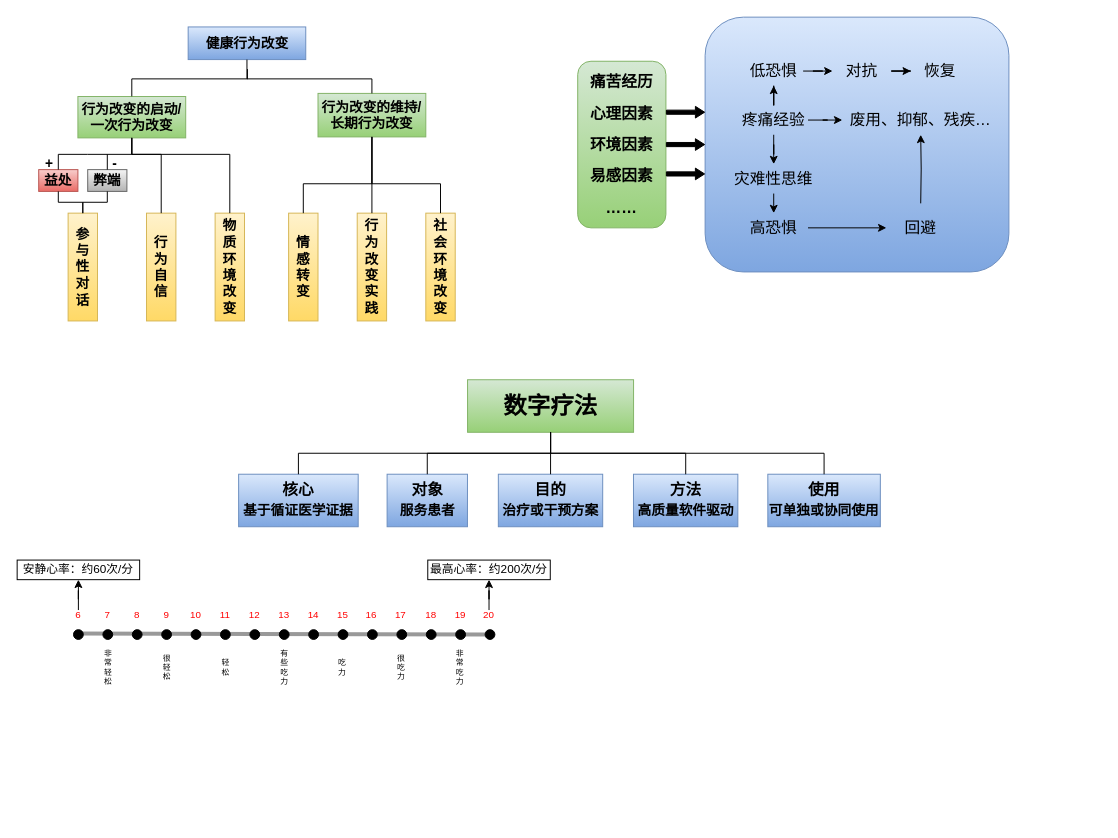
p1o2p3u1/draw_io_diagram keeps this draw.io diagram as page "第 1 页" (1 of 6) of t1.drawio. Above is the earlier version. Source tidied: cells renumbered, new cells numbered last; positions are measured from the earlier drawing's top-left corner, leaving out a move shared by most shapes. Both pictures are drawn from the tidied source at 98%, with x=0, y=0 at pixel (-8, 17).
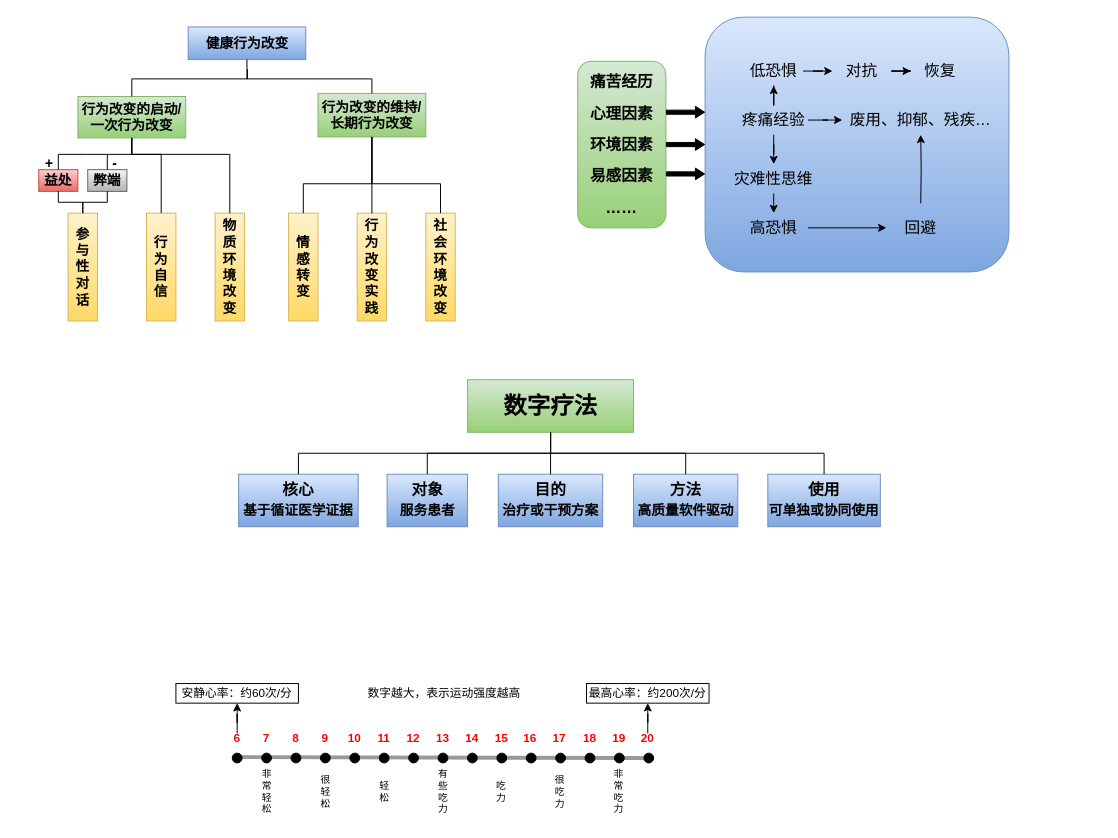
After the change.

Diff of the diagram source:
```diff
@@
+    <mxCell id="105" style="group;" parent="1" vertex="1">
+      <mxGeometry x="167" y="670" width="590" height="150" as="geometry" />
+    </mxCell>
+    <mxCell id="106" style="rounded=0;whiteSpace=wrap;html=1;strokeColor=none;" parent="105" vertex="1">
+      <mxGeometry width="590" height="150" as="geometry" />
+    </mxCell>
-    <mxCell id="62" style="group;" parent="1" vertex="1">
-      <mxGeometry x="25" y="554" width="544" height="130" as="geometry" />
+    <mxCell id="62" style="group;" parent="105" vertex="1">
+      <mxGeometry x="20" y="10" width="544" height="130" as="geometry" />
     </mxCell>
-    <mxCell id="63" style="endArrow=none;html=1;rounded=0;strokeWidth=4;fillColor=#f5f5f5;strokeColor=#999999;entryX=0.5;entryY=1;entryDx=0;entryDy=0;" parent="62" edge="1" target="89">
+    <mxCell id="63" style="endArrow=none;html=1;rounded=0;strokeWidth=4;fillColor=#f5f5f5;strokeColor=#999999;entryX=0.5;entryY=1;entryDx=0;entryDy=0;fontSize=12;fontStyle=1;" parent="62" edge="1" target="89">
       <mxGeometry relative="1" as="geometry">
         <mxPoint x="59.5" y="75" as="sourcePoint" />
       </mxGeometry>
     </mxCell>
@@
-    <mxCell id="68" value="非&lt;br style=&quot;font-size: 8px;&quot;&gt;常&lt;br style=&quot;font-size: 8px;&quot;&gt;轻&lt;br style=&quot;font-size: 8px;&quot;&gt;松" style="text;html=1;strokeColor=none;fillColor=none;align=center;verticalAlign=middle;whiteSpace=wrap;rounded=0;fontSize=8;" parent="62" vertex="1">
+    <mxCell id="68" value="非&lt;br style=&quot;font-size: 10px;&quot;&gt;常&lt;br style=&quot;font-size: 10px;&quot;&gt;轻&lt;br style=&quot;font-size: 10px;&quot;&gt;松" style="text;html=1;strokeColor=none;fillColor=none;align=center;verticalAlign=middle;whiteSpace=wrap;rounded=0;fontSize=10;" parent="62" vertex="1">
       <mxGeometry x="87.5" y="90" width="10" height="40" as="geometry" />
     </mxCell>
-    <mxCell id="69" value="很&lt;br style=&quot;font-size: 8px;&quot;&gt;轻&lt;br style=&quot;font-size: 8px;&quot;&gt;松" style="text;html=1;strokeColor=none;fillColor=none;align=center;verticalAlign=middle;whiteSpace=wrap;rounded=0;fontSize=8;" parent="62" vertex="1">
+    <mxCell id="69" value="很&lt;br style=&quot;font-size: 10px;&quot;&gt;轻&lt;br style=&quot;font-size: 10px;&quot;&gt;松" style="text;html=1;strokeColor=none;fillColor=none;align=center;verticalAlign=middle;whiteSpace=wrap;rounded=0;fontSize=10;" parent="62" vertex="1">
       <mxGeometry x="147.5" y="90" width="10" height="40" as="geometry" />
     </mxCell>
-    <mxCell id="70" value="轻&lt;br style=&quot;font-size: 8px;&quot;&gt;松" style="text;html=1;strokeColor=none;fillColor=none;align=center;verticalAlign=middle;whiteSpace=wrap;rounded=0;fontSize=8;" parent="62" vertex="1">
+    <mxCell id="70" value="轻&lt;br style=&quot;font-size: 10px;&quot;&gt;松" style="text;html=1;strokeColor=none;fillColor=none;align=center;verticalAlign=middle;whiteSpace=wrap;rounded=0;fontSize=10;" parent="62" vertex="1">
       <mxGeometry x="207.5" y="90" width="10" height="40" as="geometry" />
     </mxCell>
-    <mxCell id="71" value="有些吃力" style="text;html=1;strokeColor=none;fillColor=none;align=center;verticalAlign=middle;whiteSpace=wrap;rounded=0;fontSize=8;" parent="62" vertex="1">
+    <mxCell id="71" value="有些吃力" style="text;html=1;strokeColor=none;fillColor=none;align=center;verticalAlign=middle;whiteSpace=wrap;rounded=0;fontSize=10;" parent="62" vertex="1">
       <mxGeometry x="267.5" y="90" width="10" height="40" as="geometry" />
     </mxCell>
-    <mxCell id="72" value="吃力" style="text;html=1;strokeColor=none;fillColor=none;align=center;verticalAlign=middle;whiteSpace=wrap;rounded=0;fontSize=8;" parent="62" vertex="1">
+    <mxCell id="72" value="吃力" style="text;html=1;strokeColor=none;fillColor=none;align=center;verticalAlign=middle;whiteSpace=wrap;rounded=0;fontSize=10;" parent="62" vertex="1">
       <mxGeometry x="326.5" y="90" width="10" height="40" as="geometry" />
     </mxCell>
-    <mxCell id="73" value="很吃力" style="text;html=1;strokeColor=none;fillColor=none;align=center;verticalAlign=middle;whiteSpace=wrap;rounded=0;fontSize=8;" parent="62" vertex="1">
+    <mxCell id="73" value="很吃力" style="text;html=1;strokeColor=none;fillColor=none;align=center;verticalAlign=middle;whiteSpace=wrap;rounded=0;fontSize=10;" parent="62" vertex="1">
       <mxGeometry x="386.5" y="90" width="10" height="40" as="geometry" />
     </mxCell>
-    <mxCell id="74" value="非常吃力" style="text;html=1;strokeColor=none;fillColor=none;align=center;verticalAlign=middle;whiteSpace=wrap;rounded=0;fontSize=8;" parent="62" vertex="1">
+    <mxCell id="74" value="非常吃力" style="text;html=1;strokeColor=none;fillColor=none;align=center;verticalAlign=middle;whiteSpace=wrap;rounded=0;fontSize=10;" parent="62" vertex="1">
       <mxGeometry x="446.5" y="90" width="10" height="40" as="geometry" />
     </mxCell>
-    <mxCell id="75" style="ellipse;whiteSpace=wrap;html=1;fillColor=#000000;direction=south;flipH=1;flipV=1;fontSize=10;" parent="62" vertex="1">
+    <mxCell id="75" style="ellipse;whiteSpace=wrap;html=1;fillColor=#000000;direction=south;flipH=1;flipV=1;fontSize=12;fontStyle=1;" parent="62" vertex="1">
       <mxGeometry x="57.5" y="71" width="10" height="10" as="geometry" />
     </mxCell>
-    <mxCell id="76" style="ellipse;whiteSpace=wrap;html=1;fillColor=#000000;direction=south;flipH=1;flipV=1;fontSize=10;" parent="62" vertex="1">
+    <mxCell id="76" style="ellipse;whiteSpace=wrap;html=1;fillColor=#000000;direction=south;flipH=1;flipV=1;fontSize=12;fontStyle=1;" parent="62" vertex="1">
       <mxGeometry x="87.5" y="71" width="10" height="10" as="geometry" />
     </mxCell>
-    <mxCell id="77" style="ellipse;whiteSpace=wrap;html=1;fillColor=#000000;direction=south;flipH=1;flipV=1;fontSize=10;" parent="62" vertex="1">
+    <mxCell id="77" style="ellipse;whiteSpace=wrap;html=1;fillColor=#000000;direction=south;flipH=1;flipV=1;fontSize=12;fontStyle=1;" parent="62" vertex="1">
       <mxGeometry x="117.5" y="71" width="10" height="10" as="geometry" />
     </mxCell>
-    <mxCell id="78" style="ellipse;whiteSpace=wrap;html=1;fillColor=#000000;direction=south;flipH=1;flipV=1;fontSize=10;" parent="62" vertex="1">
+    <mxCell id="78" style="ellipse;whiteSpace=wrap;html=1;fillColor=#000000;direction=south;flipH=1;flipV=1;fontSize=12;fontStyle=1;" parent="62" vertex="1">
       <mxGeometry x="147.5" y="71" width="10" height="10" as="geometry" />
     </mxCell>
-    <mxCell id="79" style="ellipse;whiteSpace=wrap;html=1;fillColor=#000000;direction=south;flipH=1;flipV=1;fontSize=10;" parent="62" vertex="1">
+    <mxCell id="79" style="ellipse;whiteSpace=wrap;html=1;fillColor=#000000;direction=south;flipH=1;flipV=1;fontSize=12;fontStyle=1;" parent="62" vertex="1">
       <mxGeometry x="177.5" y="71" width="10" height="10" as="geometry" />
     </mxCell>
-    <mxCell id="80" style="ellipse;whiteSpace=wrap;html=1;fillColor=#000000;direction=south;flipH=1;flipV=1;fontSize=10;" parent="62" vertex="1">
+    <mxCell id="80" style="ellipse;whiteSpace=wrap;html=1;fillColor=#000000;direction=south;flipH=1;flipV=1;fontSize=12;fontStyle=1;" parent="62" vertex="1">
       <mxGeometry x="207.5" y="71" width="10" height="10" as="geometry" />
     </mxCell>
-    <mxCell id="81" style="ellipse;whiteSpace=wrap;html=1;fillColor=#000000;direction=south;flipH=1;flipV=1;fontSize=10;" parent="62" vertex="1">
+    <mxCell id="81" style="ellipse;whiteSpace=wrap;html=1;fillColor=#000000;direction=south;flipH=1;flipV=1;fontSize=12;fontStyle=1;" parent="62" vertex="1">
       <mxGeometry x="237.5" y="71" width="10" height="10" as="geometry" />
     </mxCell>
-    <mxCell id="82" style="ellipse;whiteSpace=wrap;html=1;fillColor=#000000;direction=south;flipH=1;flipV=1;fontSize=10;" parent="62" vertex="1">
+    <mxCell id="82" style="ellipse;whiteSpace=wrap;html=1;fillColor=#000000;direction=south;flipH=1;flipV=1;fontSize=12;fontStyle=1;" parent="62" vertex="1">
       <mxGeometry x="297.5" y="71" width="10" height="10" as="geometry" />
     </mxCell>
-    <mxCell id="83" style="ellipse;whiteSpace=wrap;html=1;fillColor=#000000;direction=south;flipH=1;flipV=1;fontSize=10;" parent="62" vertex="1">
+    <mxCell id="83" style="ellipse;whiteSpace=wrap;html=1;fillColor=#000000;direction=south;flipH=1;flipV=1;fontSize=12;fontStyle=1;" parent="62" vertex="1">
       <mxGeometry x="267.5" y="71" width="10" height="10" as="geometry" />
     </mxCell>
-    <mxCell id="84" style="ellipse;whiteSpace=wrap;html=1;fillColor=#000000;direction=south;flipH=1;flipV=1;fontSize=10;" parent="62" vertex="1">
+    <mxCell id="84" style="ellipse;whiteSpace=wrap;html=1;fillColor=#000000;direction=south;flipH=1;flipV=1;fontSize=12;fontStyle=1;" parent="62" vertex="1">
       <mxGeometry x="327.5" y="71" width="10" height="10" as="geometry" />
     </mxCell>
-    <mxCell id="85" style="ellipse;whiteSpace=wrap;html=1;fillColor=#000000;direction=south;flipH=1;flipV=1;fontSize=10;" parent="62" vertex="1">
+    <mxCell id="85" style="ellipse;whiteSpace=wrap;html=1;fillColor=#000000;direction=south;flipH=1;flipV=1;fontSize=12;fontStyle=1;" parent="62" vertex="1">
       <mxGeometry x="357.5" y="71" width="10" height="10" as="geometry" />
     </mxCell>
-    <mxCell id="86" style="ellipse;whiteSpace=wrap;html=1;fillColor=#000000;direction=south;flipH=1;flipV=1;fontSize=10;" parent="62" vertex="1">
+    <mxCell id="86" style="ellipse;whiteSpace=wrap;html=1;fillColor=#000000;direction=south;flipH=1;flipV=1;fontSize=12;fontStyle=1;" parent="62" vertex="1">
       <mxGeometry x="387.5" y="71" width="10" height="10" as="geometry" />
     </mxCell>
-    <mxCell id="87" style="ellipse;whiteSpace=wrap;html=1;fillColor=#000000;direction=south;flipH=1;flipV=1;fontSize=10;" parent="62" vertex="1">
+    <mxCell id="87" style="ellipse;whiteSpace=wrap;html=1;fillColor=#000000;direction=south;flipH=1;flipV=1;fontSize=12;fontStyle=1;" parent="62" vertex="1">
       <mxGeometry x="417.5" y="71" width="10" height="10" as="geometry" />
     </mxCell>
-    <mxCell id="88" style="ellipse;whiteSpace=wrap;html=1;fillColor=#000000;direction=south;flipH=1;flipV=1;fontSize=10;" parent="62" vertex="1">
+    <mxCell id="88" style="ellipse;whiteSpace=wrap;html=1;fillColor=#000000;direction=south;flipH=1;flipV=1;fontSize=12;fontStyle=1;" parent="62" vertex="1">
       <mxGeometry x="447.5" y="71" width="10" height="10" as="geometry" />
     </mxCell>
-    <mxCell id="89" style="ellipse;whiteSpace=wrap;html=1;fillColor=#000000;direction=south;flipH=1;flipV=1;fontSize=10;" parent="62" vertex="1">
+    <mxCell id="89" style="ellipse;whiteSpace=wrap;html=1;fillColor=#000000;direction=south;flipH=1;flipV=1;fontSize=12;fontStyle=1;" parent="62" vertex="1">
       <mxGeometry x="477.5" y="71" width="10" height="10" as="geometry" />
     </mxCell>
-    <mxCell id="90" value="6" style="text;html=1;strokeColor=none;fillColor=none;align=center;verticalAlign=middle;whiteSpace=wrap;rounded=0;fontColor=#FF0000;fontSize=10;" parent="62" vertex="1">
+    <mxCell id="90" value="6" style="text;html=1;strokeColor=none;fillColor=none;align=center;verticalAlign=middle;whiteSpace=wrap;rounded=0;fontColor=#FF0000;fontSize=12;fontStyle=1;" parent="62" vertex="1">
       <mxGeometry x="60" y="51" width="5" height="10" as="geometry" />
     </mxCell>
-    <mxCell id="91" value="7" style="text;html=1;strokeColor=none;fillColor=none;align=center;verticalAlign=middle;whiteSpace=wrap;rounded=0;fontColor=#FF0000;fontSize=10;" parent="62" vertex="1">
+    <mxCell id="91" value="7" style="text;html=1;strokeColor=none;fillColor=none;align=center;verticalAlign=middle;whiteSpace=wrap;rounded=0;fontColor=#FF0000;fontSize=12;fontStyle=1;" parent="62" vertex="1">
       <mxGeometry x="90" y="51" width="5" height="10" as="geometry" />
     </mxCell>
-    <mxCell id="92" value="8" style="text;html=1;strokeColor=none;fillColor=none;align=center;verticalAlign=middle;whiteSpace=wrap;rounded=0;fontColor=#FF0000;fontSize=10;" parent="62" vertex="1">
+    <mxCell id="92" value="8" style="text;html=1;strokeColor=none;fillColor=none;align=center;verticalAlign=middle;whiteSpace=wrap;rounded=0;fontColor=#FF0000;fontSize=12;fontStyle=1;" parent="62" vertex="1">
       <mxGeometry x="119.5" y="51" width="5" height="10" as="geometry" />
     </mxCell>
-    <mxCell id="93" value="9" style="text;html=1;strokeColor=none;fillColor=none;align=center;verticalAlign=middle;whiteSpace=wrap;rounded=0;fontColor=#FF0000;fontSize=10;" parent="62" vertex="1">
+    <mxCell id="93" value="9" style="text;html=1;strokeColor=none;fillColor=none;align=center;verticalAlign=middle;whiteSpace=wrap;rounded=0;fontColor=#FF0000;fontSize=12;fontStyle=1;" parent="62" vertex="1">
       <mxGeometry x="149.5" y="51" width="5" height="10" as="geometry" />
     </mxCell>
-    <mxCell id="94" value="10" style="text;html=1;strokeColor=none;fillColor=none;align=center;verticalAlign=middle;whiteSpace=wrap;rounded=0;fontColor=#FF0000;fontSize=10;" parent="62" vertex="1">
+    <mxCell id="94" value="10" style="text;html=1;strokeColor=none;fillColor=none;align=center;verticalAlign=middle;whiteSpace=wrap;rounded=0;fontColor=#FF0000;fontSize=12;fontStyle=1;" parent="62" vertex="1">
       <mxGeometry x="180" y="51" width="5" height="10" as="geometry" />
     </mxCell>
-    <mxCell id="95" value="11" style="text;html=1;strokeColor=none;fillColor=none;align=center;verticalAlign=middle;whiteSpace=wrap;rounded=0;fontColor=#FF0000;fontSize=10;" parent="62" vertex="1">
+    <mxCell id="95" value="11" style="text;html=1;strokeColor=none;fillColor=none;align=center;verticalAlign=middle;whiteSpace=wrap;rounded=0;fontColor=#FF0000;fontSize=12;fontStyle=1;" parent="62" vertex="1">
       <mxGeometry x="210" y="51" width="5" height="10" as="geometry" />
     </mxCell>
-    <mxCell id="96" value="12" style="text;html=1;strokeColor=none;fillColor=none;align=center;verticalAlign=middle;whiteSpace=wrap;rounded=0;fontColor=#FF0000;fontSize=10;" parent="62" vertex="1">
+    <mxCell id="96" value="12" style="text;html=1;strokeColor=none;fillColor=none;align=center;verticalAlign=middle;whiteSpace=wrap;rounded=0;fontColor=#FF0000;fontSize=12;fontStyle=1;" parent="62" vertex="1">
       <mxGeometry x="239.5" y="51" width="5" height="10" as="geometry" />
     </mxCell>
-    <mxCell id="97" value="13" style="text;html=1;strokeColor=none;fillColor=none;align=center;verticalAlign=middle;whiteSpace=wrap;rounded=0;fontColor=#FF0000;fontSize=10;" parent="62" vertex="1">
+    <mxCell id="97" value="13" style="text;html=1;strokeColor=none;fillColor=none;align=center;verticalAlign=middle;whiteSpace=wrap;rounded=0;fontColor=#FF0000;fontSize=12;fontStyle=1;" parent="62" vertex="1">
       <mxGeometry x="269.5" y="51" width="5" height="10" as="geometry" />
     </mxCell>
-    <mxCell id="98" value="14" style="text;html=1;strokeColor=none;fillColor=none;align=center;verticalAlign=middle;whiteSpace=wrap;rounded=0;fontColor=#FF0000;fontSize=10;" parent="62" vertex="1">
+    <mxCell id="98" value="14" style="text;html=1;strokeColor=none;fillColor=none;align=center;verticalAlign=middle;whiteSpace=wrap;rounded=0;fontColor=#FF0000;fontSize=12;fontStyle=1;" parent="62" vertex="1">
       <mxGeometry x="299.5" y="51" width="5" height="10" as="geometry" />
     </mxCell>
-    <mxCell id="99" value="15" style="text;html=1;strokeColor=none;fillColor=none;align=center;verticalAlign=middle;whiteSpace=wrap;rounded=0;fontColor=#FF0000;fontSize=10;" parent="62" vertex="1">
+    <mxCell id="99" value="15" style="text;html=1;strokeColor=none;fillColor=none;align=center;verticalAlign=middle;whiteSpace=wrap;rounded=0;fontColor=#FF0000;fontSize=12;fontStyle=1;" parent="62" vertex="1">
       <mxGeometry x="329.5" y="51" width="5" height="10" as="geometry" />
     </mxCell>
-    <mxCell id="100" value="16" style="text;html=1;strokeColor=none;fillColor=none;align=center;verticalAlign=middle;whiteSpace=wrap;rounded=0;fontColor=#FF0000;fontSize=10;" parent="62" vertex="1">
+    <mxCell id="100" value="16" style="text;html=1;strokeColor=none;fillColor=none;align=center;verticalAlign=middle;whiteSpace=wrap;rounded=0;fontColor=#FF0000;fontSize=12;fontStyle=1;" parent="62" vertex="1">
       <mxGeometry x="359" y="51" width="5" height="10" as="geometry" />
     </mxCell>
-    <mxCell id="101" value="17" style="text;html=1;strokeColor=none;fillColor=none;align=center;verticalAlign=middle;whiteSpace=wrap;rounded=0;fontColor=#FF0000;fontSize=10;" parent="62" vertex="1">
+    <mxCell id="101" value="17" style="text;html=1;strokeColor=none;fillColor=none;align=center;verticalAlign=middle;whiteSpace=wrap;rounded=0;fontColor=#FF0000;fontSize=12;fontStyle=1;" parent="62" vertex="1">
       <mxGeometry x="389" y="51" width="5" height="10" as="geometry" />
     </mxCell>
-    <mxCell id="102" value="18" style="text;html=1;strokeColor=none;fillColor=none;align=center;verticalAlign=middle;whiteSpace=wrap;rounded=0;fontColor=#FF0000;fontSize=10;" parent="62" vertex="1">
+    <mxCell id="102" value="18" style="text;html=1;strokeColor=none;fillColor=none;align=center;verticalAlign=middle;whiteSpace=wrap;rounded=0;fontColor=#FF0000;fontSize=12;fontStyle=1;" parent="62" vertex="1">
       <mxGeometry x="419.5" y="51" width="5" height="10" as="geometry" />
     </mxCell>
-    <mxCell id="103" value="19" style="text;html=1;strokeColor=none;fillColor=none;align=center;verticalAlign=middle;whiteSpace=wrap;rounded=0;fontColor=#FF0000;fontSize=10;" parent="62" vertex="1">
+    <mxCell id="103" value="19" style="text;html=1;strokeColor=none;fillColor=none;align=center;verticalAlign=middle;whiteSpace=wrap;rounded=0;fontColor=#FF0000;fontSize=12;fontStyle=1;" parent="62" vertex="1">
       <mxGeometry x="449.5" y="51" width="5" height="10" as="geometry" />
     </mxCell>
-    <mxCell id="104" value="20" style="text;html=1;strokeColor=none;fillColor=none;align=center;verticalAlign=middle;whiteSpace=wrap;rounded=0;fontColor=#FF0000;fontSize=10;" parent="62" vertex="1">
+    <mxCell id="104" value="20" style="text;html=1;strokeColor=none;fillColor=none;align=center;verticalAlign=middle;whiteSpace=wrap;rounded=0;fontColor=#FF0000;fontSize=12;fontStyle=1;" parent="62" vertex="1">
       <mxGeometry x="479" y="51" width="5" height="10" as="geometry" />
     </mxCell>
+    <mxCell id="107" value="数字越大，表示运动强度越高" style="rounded=0;whiteSpace=wrap;html=1;strokeColor=none;" parent="62" vertex="1">
+      <mxGeometry x="189" width="170" height="20" as="geometry" />
+    </mxCell>
```
